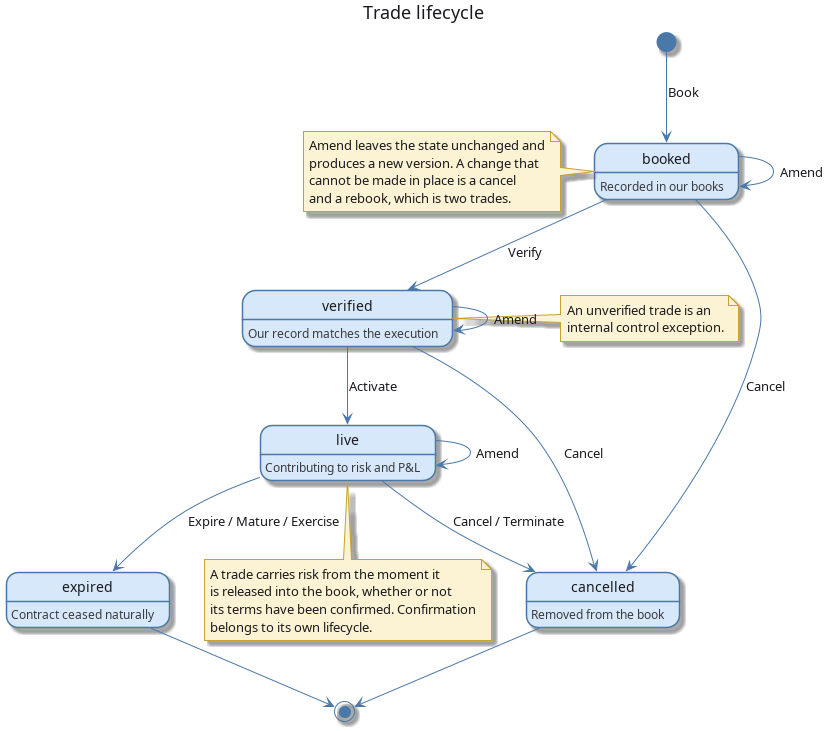
This is doc/knowledge/domain/trade_status_lifecycle.png from OreStudio/OreStudio, a PlantUML export, as it was before one commit. Its source is kept beside it as doc/knowledge/domain/trade_status_lifecycle.puml.
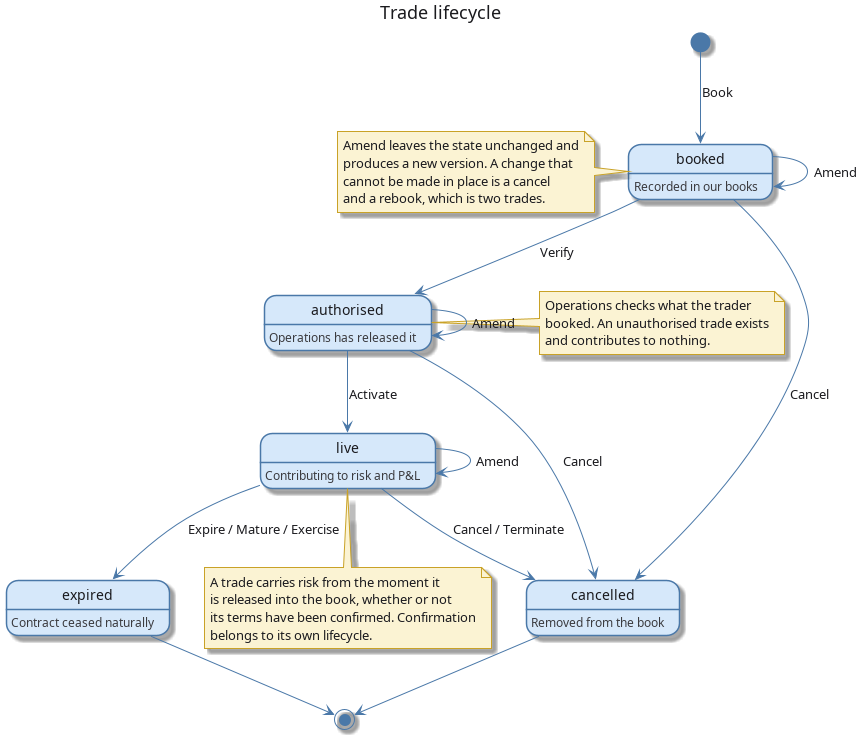
The same diagram one commit later.

Change to the diagram source:
```diff
@@ -22,13 +22,13 @@
 skinparam DefaultFontColor #1A1A1E
 
 state "booked" as Booked
-state "verified" as Verified
+state "authorised" as Verified
 state "live" as Live
 state "expired" as Expired
 state "cancelled" as Cancelled
 
 Booked : Recorded in our books
-Verified : Our record matches the execution
+Verified : Operations has released it
 Live : Contributing to risk and P&L
 Expired : Contract ceased naturally
 Cancelled : Removed from the book
@@ -48,8 +48,9 @@
 Cancelled --> [*]
 
 note right of Verified
-  An unverified trade is an
-  internal control exception.
+  Operations checks what the trader
+  booked. An unauthorised trade exists
+  and contributes to nothing.
 end note
 
 note bottom of Live
```
